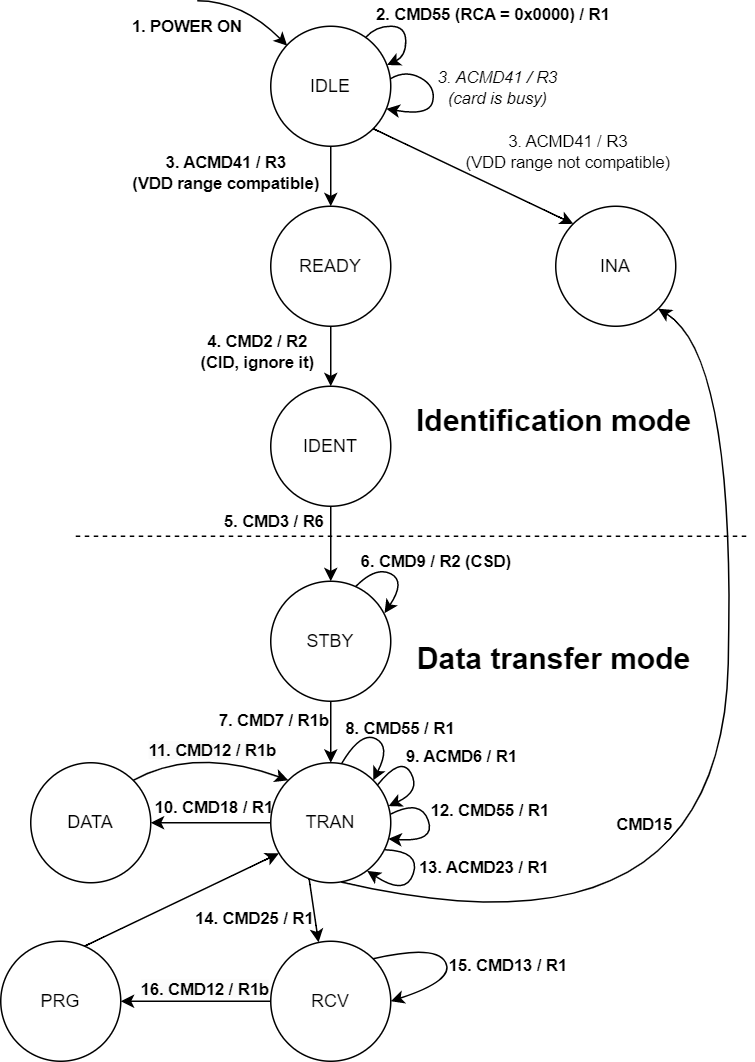
Before: docs/SD/SD_card_states.png, a diagram exported from draw.io (sirazenkov/GhostSD). Source tidied: cells renumbered, new cells last; positions are measured from the earlier drawing's top-left corner, leaving out a move shared by most shapes.
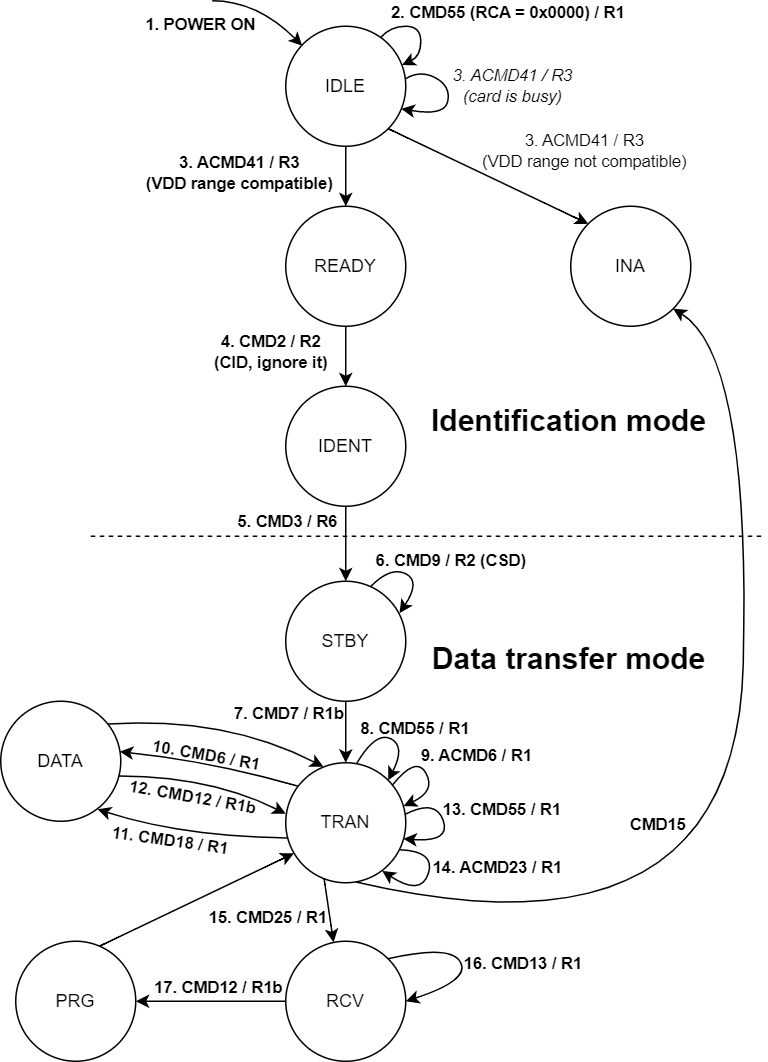
After the change.

What changed in the source:
```diff
@@ -116,7 +116,7 @@
     </mxCell>
     <mxCell id="26" value="&lt;span style=&quot;font-size: 11px;&quot;&gt;&lt;b&gt;7. CMD7 / R1b&lt;/b&gt;&lt;/span&gt;" style="edgeLabel;html=1;align=center;verticalAlign=middle;fontSize=20;labelBackgroundColor=none;" parent="25" vertex="1">
       <mxGeometry x="0.56" y="1" relative="1" as="geometry">
-        <mxPoint x="-40" y="-24" as="offset" />
+        <mxPoint x="-39" y="-28" as="offset" />
       </mxGeometry>
     </mxCell>
     <mxCell id="27" style="curved=1;endArrow=classic;html=1;rounded=0;exitX=0.792;exitY=0.092;exitDx=0;exitDy=0;exitPerimeter=0;entryX=1;entryY=0;entryDx=0;entryDy=0;" parent="1" edge="1" target="24">
@@ -133,12 +133,16 @@
         <mxPoint x="19" y="-7" as="offset" />
       </mxGeometry>
     </mxCell>
-    <mxCell id="29" style="curved=1;endArrow=classic;html=1;rounded=0;exitX=0;exitY=0.5;exitDx=0;exitDy=0;entryX=1;entryY=0.5;entryDx=0;entryDy=0;" parent="1" edge="1" source="24" target="33">
-      <mxGeometry relative="1" as="geometry" />
+    <mxCell id="29" style="curved=1;endArrow=classic;html=1;rounded=0;exitX=0.016;exitY=0.627;exitDx=0;exitDy=0;entryX=0.807;entryY=0.9;entryDx=0;entryDy=0;entryPerimeter=0;exitPerimeter=0;" parent="1" edge="1" source="24" target="33">
+      <mxGeometry relative="1" as="geometry">
+        <Array as="points">
+          <mxPoint x="110" y="557" />
+        </Array>
+      </mxGeometry>
     </mxCell>
-    <mxCell id="30" value="&lt;b&gt;10. CMD18 / R1&lt;/b&gt;" style="edgeLabel;html=1;align=center;verticalAlign=middle;fontSize=11;labelBackgroundColor=none;" parent="29" vertex="1">
+    <mxCell id="30" value="&lt;b&gt;11. CMD18 / R1&lt;/b&gt;" style="edgeLabel;html=1;align=center;verticalAlign=middle;fontSize=11;labelBackgroundColor=none;rotation=8;" parent="29" vertex="1">
       <mxGeometry x="-0.38" relative="1" as="geometry">
-        <mxPoint x="-15" y="-11" as="offset" />
+        <mxPoint x="-38" y="2" as="offset" />
       </mxGeometry>
     </mxCell>
     <mxCell id="31" style="curved=1;endArrow=classic;html=1;rounded=0;exitX=0.926;exitY=0.237;exitDx=0;exitDy=0;exitPerimeter=0;entryX=0.982;entryY=0.361;entryDx=0;entryDy=0;entryPerimeter=0;" parent="1" edge="1" target="24">
@@ -156,24 +160,25 @@
       </mxGeometry>
     </mxCell>
     <mxCell id="33" value="DATA" style="ellipse;whiteSpace=wrap;html=1;" parent="1" vertex="1">
-      <mxGeometry x="20" y="508" width="80" height="80" as="geometry" />
+      <mxGeometry x="-10" y="467" width="80" height="80" as="geometry" />
     </mxCell>
-    <mxCell id="34" style="curved=1;endArrow=classic;html=1;rounded=0;fontSize=11;exitX=1;exitY=0;exitDx=0;exitDy=0;entryX=0;entryY=0;entryDx=0;entryDy=0;" parent="1" edge="1" source="33" target="24">
+    <mxCell id="34" style="curved=1;endArrow=classic;html=1;rounded=0;fontSize=11;exitX=0.983;exitY=0.623;exitDx=0;exitDy=0;exitPerimeter=0;" parent="1" edge="1" source="33">
       <mxGeometry relative="1" as="geometry">
+        <mxPoint x="180" y="542" as="targetPoint" />
         <Array as="points">
-          <mxPoint x="130" y="497" />
+          <mxPoint x="130" y="517" />
         </Array>
       </mxGeometry>
     </mxCell>
-    <mxCell id="35" value="&lt;b style=&quot;border-color: var(--border-color); background-color: rgb(251, 251, 251);&quot;&gt;11. CMD12 / R1b&lt;/b&gt;" style="edgeLabel;html=1;align=center;verticalAlign=middle;" parent="34" vertex="1">
+    <mxCell id="35" value="&lt;b style=&quot;border-color: var(--border-color);&quot;&gt;12. CMD12 / R1b&lt;/b&gt;" style="edgeLabel;html=1;align=center;verticalAlign=middle;rotation=10;labelBackgroundColor=none;" parent="34" vertex="1">
       <mxGeometry x="-0.3" y="-8" relative="1" as="geometry">
-        <mxPoint x="13" y="-9" as="offset" />
+        <mxPoint x="8" y="6" as="offset" />
       </mxGeometry>
     </mxCell>
     <mxCell id="36" style="rounded=0;jettySize=auto;html=1;fontSize=11;" parent="1" edge="1" source="38" target="41">
       <mxGeometry relative="1" as="geometry" />
     </mxCell>
-    <mxCell id="37" value="&lt;b style=&quot;border-color: var(--border-color); background-color: rgb(251, 251, 251);&quot;&gt;16. CMD12 / R1b&lt;/b&gt;" style="edgeLabel;html=1;align=center;verticalAlign=middle;rotation=0;" parent="36" vertex="1">
+    <mxCell id="37" value="&lt;b style=&quot;border-color: var(--border-color); background-color: rgb(251, 251, 251);&quot;&gt;17. CMD12 / R1b&lt;/b&gt;" style="edgeLabel;html=1;align=center;verticalAlign=middle;rotation=0;" parent="36" vertex="1">
       <mxGeometry x="0.24" y="-2" relative="1" as="geometry">
         <mxPoint x="17" y="-7" as="offset" />
       </mxGeometry>
@@ -184,7 +189,7 @@
     <mxCell id="39" style="curved=1;endArrow=classic;html=1;rounded=0;exitX=0.32;exitY=0.968;exitDx=0;exitDy=0;entryX=0.398;entryY=0.009;entryDx=0;entryDy=0;entryPerimeter=0;exitPerimeter=0;" parent="1" edge="1" source="24" target="38">
       <mxGeometry relative="1" as="geometry" />
     </mxCell>
-    <mxCell id="40" value="&lt;b&gt;14. CMD25 / R1&lt;/b&gt;" style="edgeLabel;html=1;align=center;verticalAlign=middle;fontSize=11;labelBackgroundColor=none;" parent="39" vertex="1">
+    <mxCell id="40" value="&lt;b&gt;15. CMD25 / R1&lt;/b&gt;" style="edgeLabel;html=1;align=center;verticalAlign=middle;fontSize=11;labelBackgroundColor=none;" parent="39" vertex="1">
       <mxGeometry x="-0.38" relative="1" as="geometry">
         <mxPoint x="-40" y="12" as="offset" />
       </mxGeometry>
@@ -229,7 +234,7 @@
         </Array>
       </mxGeometry>
     </mxCell>
-    <mxCell id="48" value="&lt;b style=&quot;&quot;&gt;15. CMD13 / R1&lt;/b&gt;" style="edgeLabel;html=1;align=center;verticalAlign=middle;labelBackgroundColor=none;" parent="47" vertex="1">
+    <mxCell id="48" value="&lt;b style=&quot;&quot;&gt;16. CMD13 / R1&lt;/b&gt;" style="edgeLabel;html=1;align=center;verticalAlign=middle;labelBackgroundColor=none;" parent="47" vertex="1">
       <mxGeometry x="-0.1" y="-1" relative="1" as="geometry">
         <mxPoint x="44" y="4" as="offset" />
       </mxGeometry>
@@ -242,9 +247,9 @@
         </Array>
       </mxGeometry>
     </mxCell>
-    <mxCell id="50" value="&lt;b style=&quot;&quot;&gt;12. CMD55 / R1&lt;/b&gt;" style="edgeLabel;html=1;align=center;verticalAlign=middle;labelBackgroundColor=none;" parent="49" vertex="1">
+    <mxCell id="50" value="&lt;b style=&quot;&quot;&gt;13. CMD55 / R1&lt;/b&gt;" style="edgeLabel;html=1;align=center;verticalAlign=middle;labelBackgroundColor=none;" parent="49" vertex="1">
       <mxGeometry x="-0.1" y="-1" relative="1" as="geometry">
-        <mxPoint x="41" y="-8" as="offset" />
+        <mxPoint x="40" y="-8" as="offset" />
       </mxGeometry>
     </mxCell>
     <mxCell id="51" style="curved=1;endArrow=classic;html=1;rounded=0;exitX=0.953;exitY=0.725;exitDx=0;exitDy=0;exitPerimeter=0;entryX=0.804;entryY=0.901;entryDx=0;entryDy=0;entryPerimeter=0;" parent="1" edge="1" source="24" target="24">
@@ -255,10 +260,29 @@
         </Array>
       </mxGeometry>
     </mxCell>
-    <mxCell id="52" value="&lt;b style=&quot;&quot;&gt;13. ACMD23 / R1&lt;/b&gt;" style="edgeLabel;html=1;align=center;verticalAlign=middle;labelBackgroundColor=none;" parent="51" vertex="1">
+    <mxCell id="52" value="&lt;b style=&quot;&quot;&gt;14. ACMD23 / R1&lt;/b&gt;" style="edgeLabel;html=1;align=center;verticalAlign=middle;labelBackgroundColor=none;" parent="51" vertex="1">
       <mxGeometry x="-0.1" y="-1" relative="1" as="geometry">
         <mxPoint x="46" y="-3" as="offset" />
       </mxGeometry>
     </mxCell>
+    <mxCell id="53" style="curved=1;endArrow=classic;html=1;rounded=0;exitX=0.098;exitY=0.194;exitDx=0;exitDy=0;exitPerimeter=0;entryX=0.992;entryY=0.42;entryDx=0;entryDy=0;entryPerimeter=0;" parent="1" edge="1" source="24" target="33">
+      <mxGeometry relative="1" as="geometry">
+        <Array as="points">
+          <mxPoint x="130" y="507" />
+        </Array>
+      </mxGeometry>
+    </mxCell>
+    <mxCell id="54" value="&lt;b&gt;10. CMD6 / R1&lt;/b&gt;" style="edgeLabel;html=1;align=center;verticalAlign=middle;fontSize=11;labelBackgroundColor=none;rotation=10;" parent="53" vertex="1">
+      <mxGeometry x="-0.38" relative="1" as="geometry">
+        <mxPoint x="-25" y="-10" as="offset" />
+      </mxGeometry>
+    </mxCell>
+    <mxCell id="55" style="curved=1;endArrow=classic;html=1;rounded=0;fontSize=11;exitX=0.893;exitY=0.19;exitDx=0;exitDy=0;exitPerimeter=0;entryX=0.314;entryY=0.034;entryDx=0;entryDy=0;entryPerimeter=0;" parent="1" edge="1" source="33" target="24">
+      <mxGeometry relative="1" as="geometry">
+        <Array as="points">
+          <mxPoint x="140" y="477" />
+        </Array>
+      </mxGeometry>
+    </mxCell>
   </root>
 </mxGraphModel>
```
